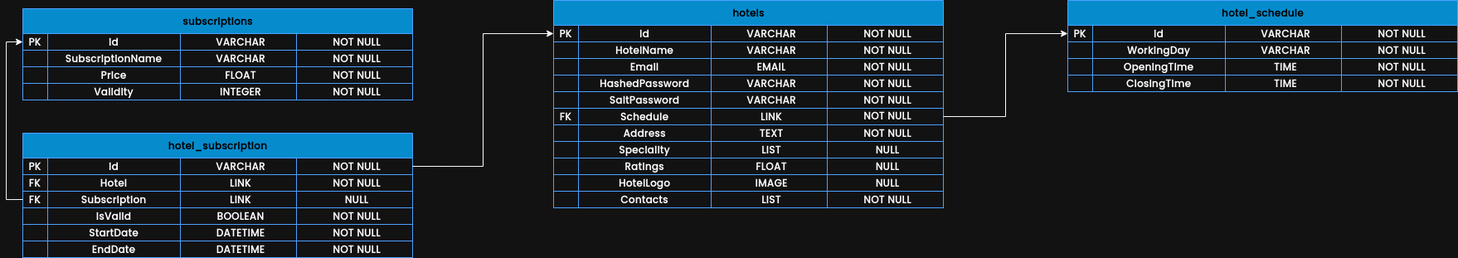
Earlier version of the draw.io export Database/Eatofy/Database.png (appnichetechnologies/Eatofy-System-Design). Source tidied: cells renumbered, new cells last; positions are measured from the earlier drawing's top-left corner, leaving out a move shared by most shapes.
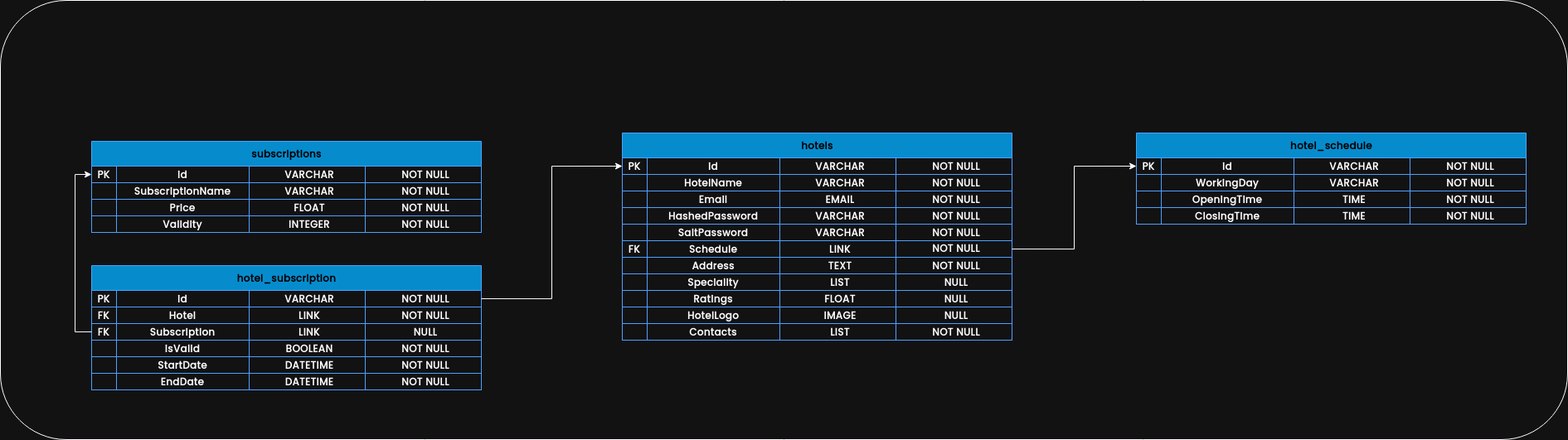
The same file after the commit.

Diff of the diagram source:
```diff
@@ -407,5 +407,8 @@
     <mxCell id="136" style="edgeStyle=orthogonalEdgeStyle;rounded=0;jettySize=auto;html=1;exitX=1;exitY=0.5;exitDx=0;exitDy=0;entryX=0;entryY=0.5;entryDx=0;entryDy=0;" parent="1" edge="1" source="105" target="3">
       <mxGeometry relative="1" as="geometry" />
     </mxCell>
+    <mxCell id="137" style="rounded=1;whiteSpace=wrap;html=1;fillColor=none;" parent="1" vertex="1">
+      <mxGeometry x="-110" y="-160" width="1890" height="530" as="geometry" />
+    </mxCell>
   </root>
 </mxGraphModel>
```
